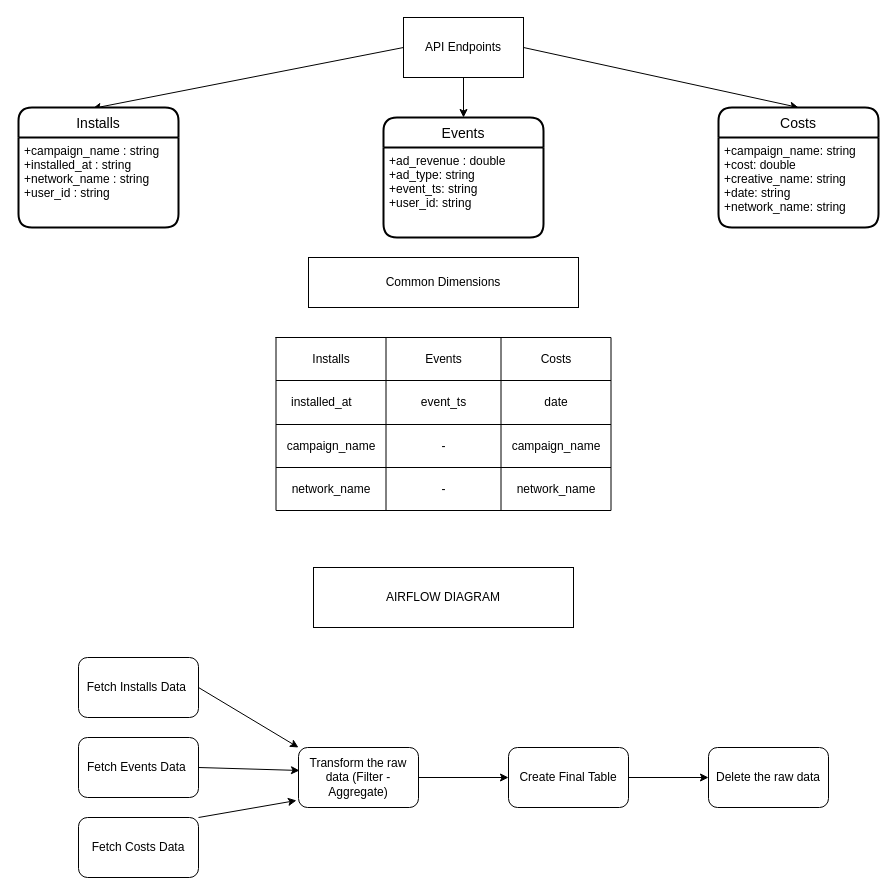
Before: architecture_diagram/architecture.drawio in MehmetAliAydogan/apps_case_study, a draw.io diagram. Source tidied: cells renumbered, new cells numbered last; positions are measured from the earlier drawing's top-left corner, leaving out a move shared by most shapes. Both pictures are drawn from the tidied source at 100%, with x=0, y=0 at pixel (18, 17).
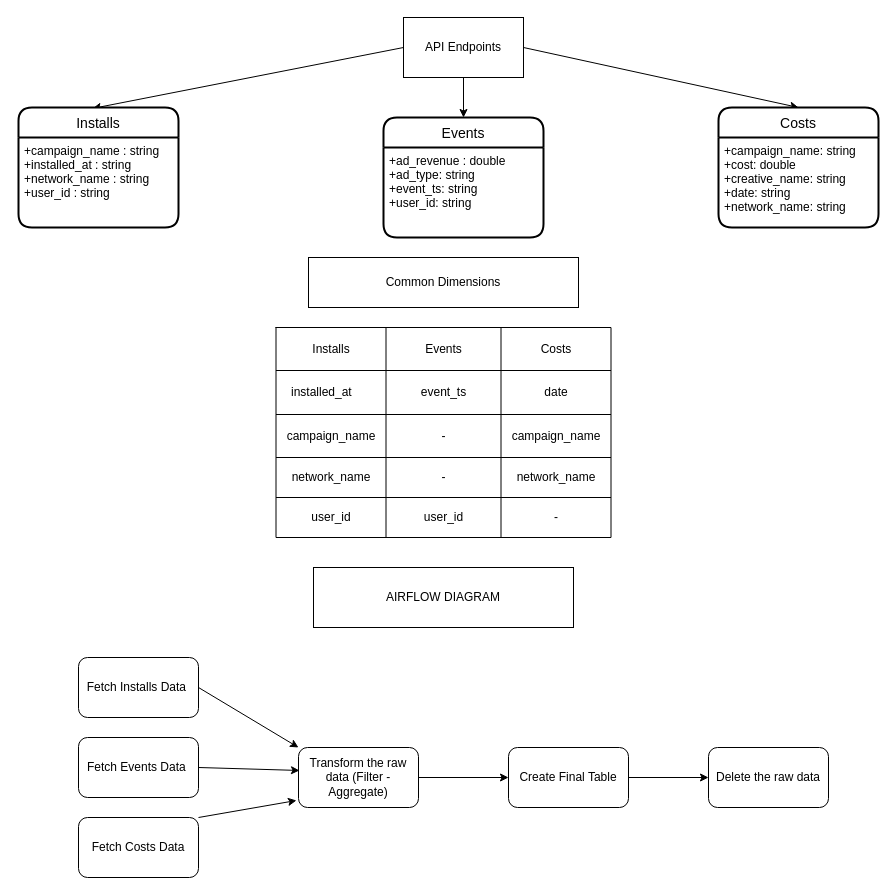
Above is the later version.

Commit message:
update architecture to reflect user_id common dimensions

The edit, as a diff of the source:
```diff
@@
     <mxCell id="13" style="shape=table;html=1;whiteSpace=wrap;startSize=0;childLayout=tableLayout;" parent="1" vertex="1">
-      <mxGeometry x="257.5" y="320" width="335" height="173" as="geometry" />
+      <mxGeometry x="257.5" y="310" width="335" height="210" as="geometry" />
     </mxCell>
@@
     <mxCell id="26" style="shape=tableRow;horizontal=0;startSize=0;swimlaneHead=0;swimlaneBody=0;top=0;left=0;bottom=0;right=0;fillColor=none;" parent="13" vertex="1">
-      <mxGeometry y="130" width="335" height="43" as="geometry" />
+      <mxGeometry y="130" width="335" height="40" as="geometry" />
     </mxCell>
     <mxCell id="27" value="network_name" style="shape=partialRectangle;html=1;whiteSpace=wrap;fillColor=none;top=0;left=0;bottom=0;right=0;overflow=hidden;" parent="26" vertex="1">
-      <mxGeometry width="110" height="43" as="geometry" />
+      <mxGeometry width="110" height="40" as="geometry" />
     </mxCell>
     <mxCell id="28" value="-" style="shape=partialRectangle;html=1;whiteSpace=wrap;fillColor=none;top=0;left=0;bottom=0;right=0;overflow=hidden;" parent="26" vertex="1">
-      <mxGeometry x="110" width="115" height="43" as="geometry" />
+      <mxGeometry x="110" width="115" height="40" as="geometry" />
     </mxCell>
     <mxCell id="29" value="network_name" style="shape=partialRectangle;html=1;whiteSpace=wrap;fillColor=none;top=0;left=0;bottom=0;right=0;overflow=hidden;" parent="26" vertex="1">
-      <mxGeometry x="225" width="110" height="43" as="geometry" />
+      <mxGeometry x="225" width="110" height="40" as="geometry" />
     </mxCell>
+    <mxCell id="43" style="shape=tableRow;horizontal=0;startSize=0;swimlaneHead=0;swimlaneBody=0;top=0;left=0;bottom=0;right=0;fillColor=none;" parent="13" vertex="1">
+      <mxGeometry y="170" width="335" height="40" as="geometry" />
+    </mxCell>
+    <mxCell id="44" value="user_id" style="shape=partialRectangle;html=1;whiteSpace=wrap;fillColor=none;top=0;left=0;bottom=0;right=0;overflow=hidden;" parent="43" vertex="1">
+      <mxGeometry width="110" height="40" as="geometry" />
+    </mxCell>
+    <mxCell id="45" value="user_id" style="shape=partialRectangle;html=1;whiteSpace=wrap;fillColor=none;top=0;left=0;bottom=0;right=0;overflow=hidden;" parent="43" vertex="1">
+      <mxGeometry x="110" width="115" height="40" as="geometry" />
+    </mxCell>
+    <mxCell id="46" value="-" style="shape=partialRectangle;html=1;whiteSpace=wrap;fillColor=none;top=0;left=0;bottom=0;right=0;overflow=hidden;" parent="43" vertex="1">
+      <mxGeometry x="225" width="110" height="40" as="geometry" />
+    </mxCell>
@@
-    <mxCell id="31" style="shape=partialRectangle;html=1;whiteSpace=wrap;fillColor=none;top=0;left=0;bottom=0;right=0;overflow=hidden;" parent="1" vertex="1">
-      <mxGeometry x="634" y="430" width="66" height="43" as="geometry" />
-    </mxCell>
```
